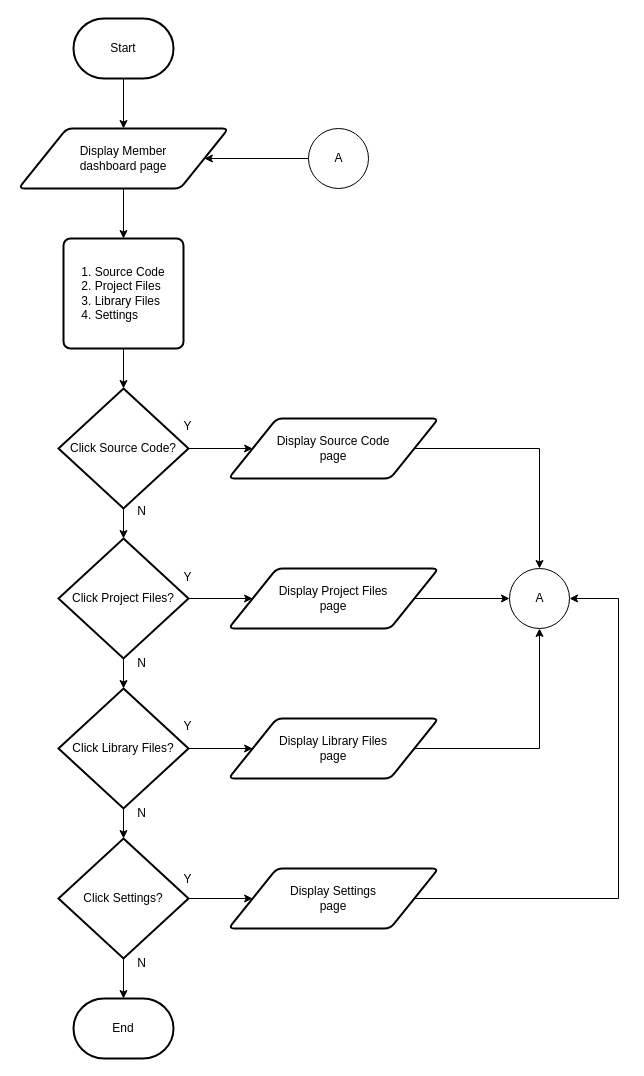
Above: page "Page - Member" (2 of 19) of KP2.drawio in dapzz-id/DrawIO (draw.io), before the change. Source tidied: cells renumbered, new cells numbered last; positions are measured from the earlier drawing's top-left corner, leaving out a move shared by most shapes. Both pictures are drawn from the tidied source at 100%, with x=0, y=0 at pixel (18, 18).
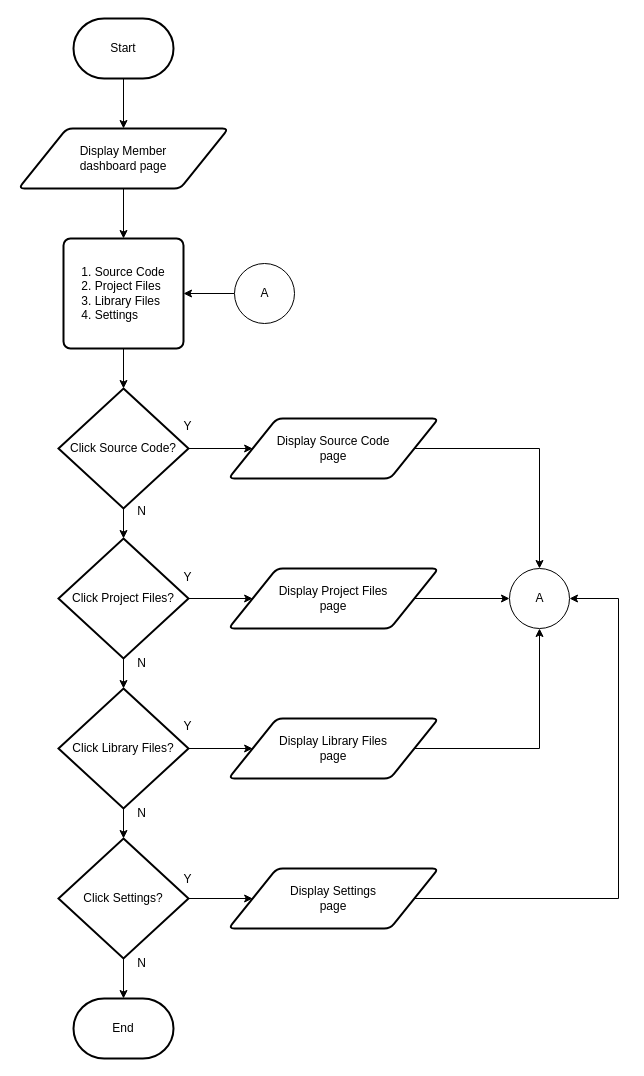
After the change.

Unchanged cells that the change refers to:
```xml
<mxCell id="5" value="Display Member&lt;div&gt;&lt;div&gt;dashboard page&lt;/div&gt;&lt;/div&gt;" style="shape=parallelogram;html=1;strokeWidth=2;perimeter=parallelogramPerimeter;whiteSpace=wrap;rounded=1;arcSize=12;size=0.23;" parent="1" vertex="1">
  <mxGeometry y="110" width="210" height="60" as="geometry" />
</mxCell>
<mxCell id="7" value="&lt;div style=&quot;text-align: justify;&quot;&gt;1. Source Code&lt;/div&gt;&lt;div style=&quot;text-align: justify;&quot;&gt;2. Project Files&lt;/div&gt;&lt;div style=&quot;text-align: justify;&quot;&gt;3. Library Files&lt;/div&gt;&lt;div style=&quot;text-align: justify;&quot;&gt;4. Settings&lt;/div&gt;" style="rounded=1;whiteSpace=wrap;html=1;absoluteArcSize=1;arcSize=14;strokeWidth=2;labelBorderColor=none;" parent="1" vertex="1">
  <mxGeometry x="45" y="220" width="120" height="110" as="geometry" />
</mxCell>
```

Change to the diagram source:
```diff
@@
-    <mxCell id="37" style="edgeStyle=orthogonalEdgeStyle;rounded=0;jettySize=auto;html=1;" parent="1" edge="1" source="38" target="5">
+    <mxCell id="37" style="edgeStyle=orthogonalEdgeStyle;rounded=0;jettySize=auto;html=1;entryX=1;entryY=0.5;entryDx=0;entryDy=0;" parent="1" edge="1" source="38" target="7">
       <mxGeometry relative="1" as="geometry" />
     </mxCell>
     <mxCell id="38" value="A" style="verticalLabelPosition=middle;verticalAlign=middle;html=1;shape=mxgraph.flowchart.on-page_reference;labelPosition=center;align=center;" parent="1" vertex="1">
-      <mxGeometry x="290" y="110" width="60" height="60" as="geometry" />
+      <mxGeometry x="216" y="245" width="60" height="60" as="geometry" />
     </mxCell>
```
